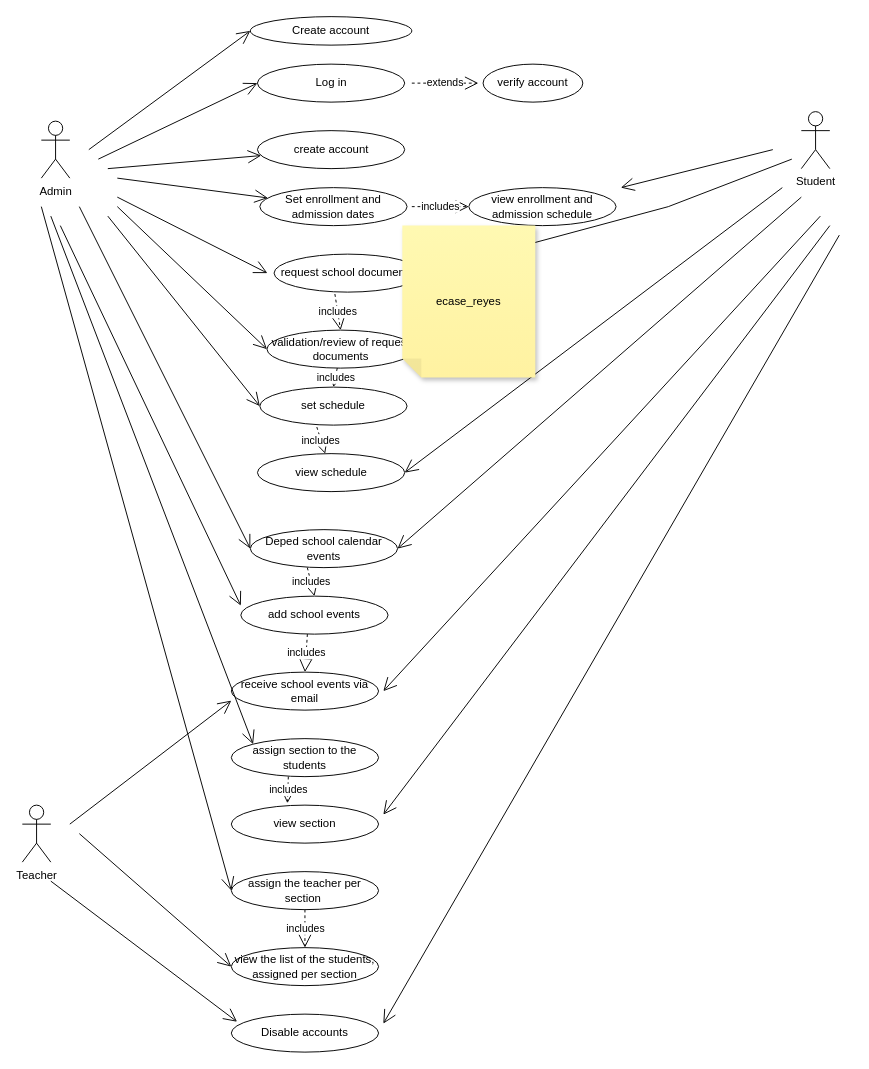
Above: Untitled Diagram.drawio in marcossriza/django (draw.io), before the change. Source tidied: cells renumbered, new cells numbered last; positions are measured from the earlier drawing's top-left corner, leaving out a move shared by most shapes. Both pictures are drawn from the tidied source at 95%, with x=0, y=0 at pixel (22, 16).
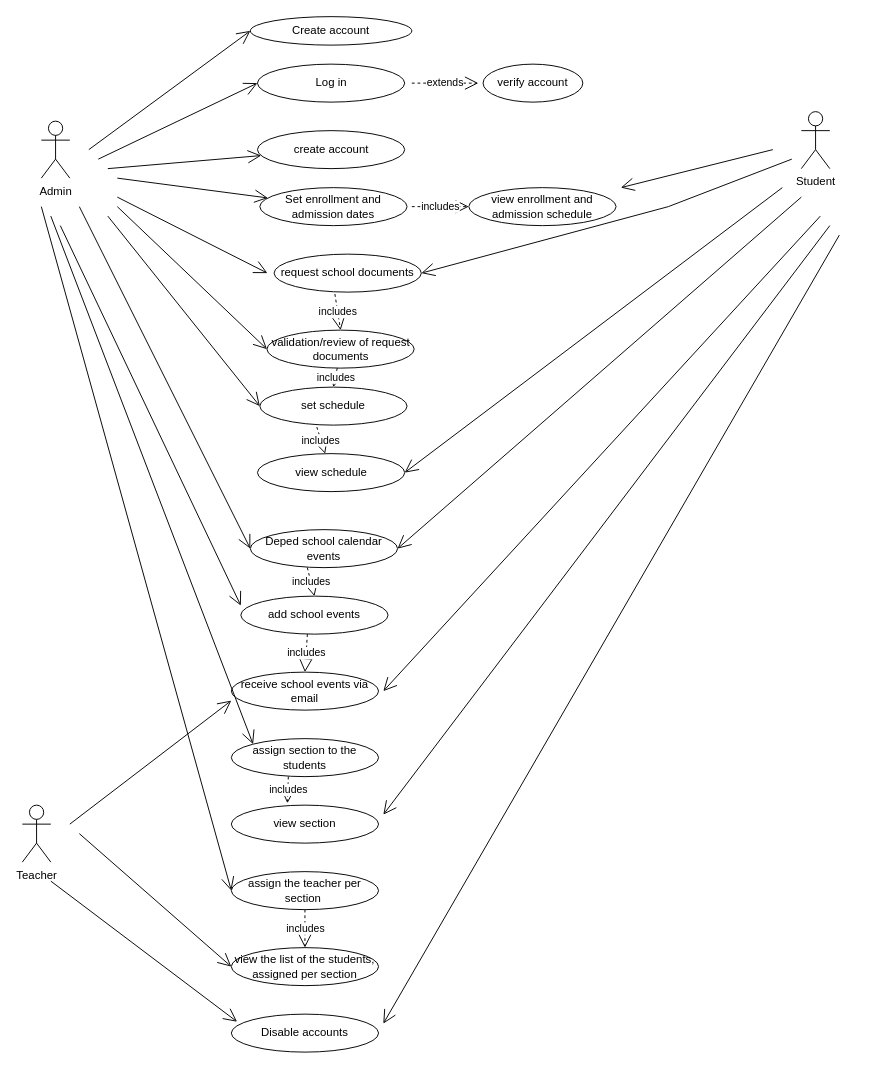
The same page after the edit.

Commit message:
use case

The edit, as a diff of the source:
```diff
@@
-    <mxCell id="53" value="ecase_reyes" style="shape=note;whiteSpace=wrap;html=1;backgroundOutline=1;fontColor=#000000;darkOpacity=0.05;fillColor=#FFF9B2;strokeColor=none;fillStyle=solid;direction=west;gradientDirection=north;gradientColor=#FFF2A1;shadow=1;size=20;" parent="1" vertex="1">
-      <mxGeometry x="400" y="220" width="140" height="160" as="geometry" />
-    </mxCell>
```
